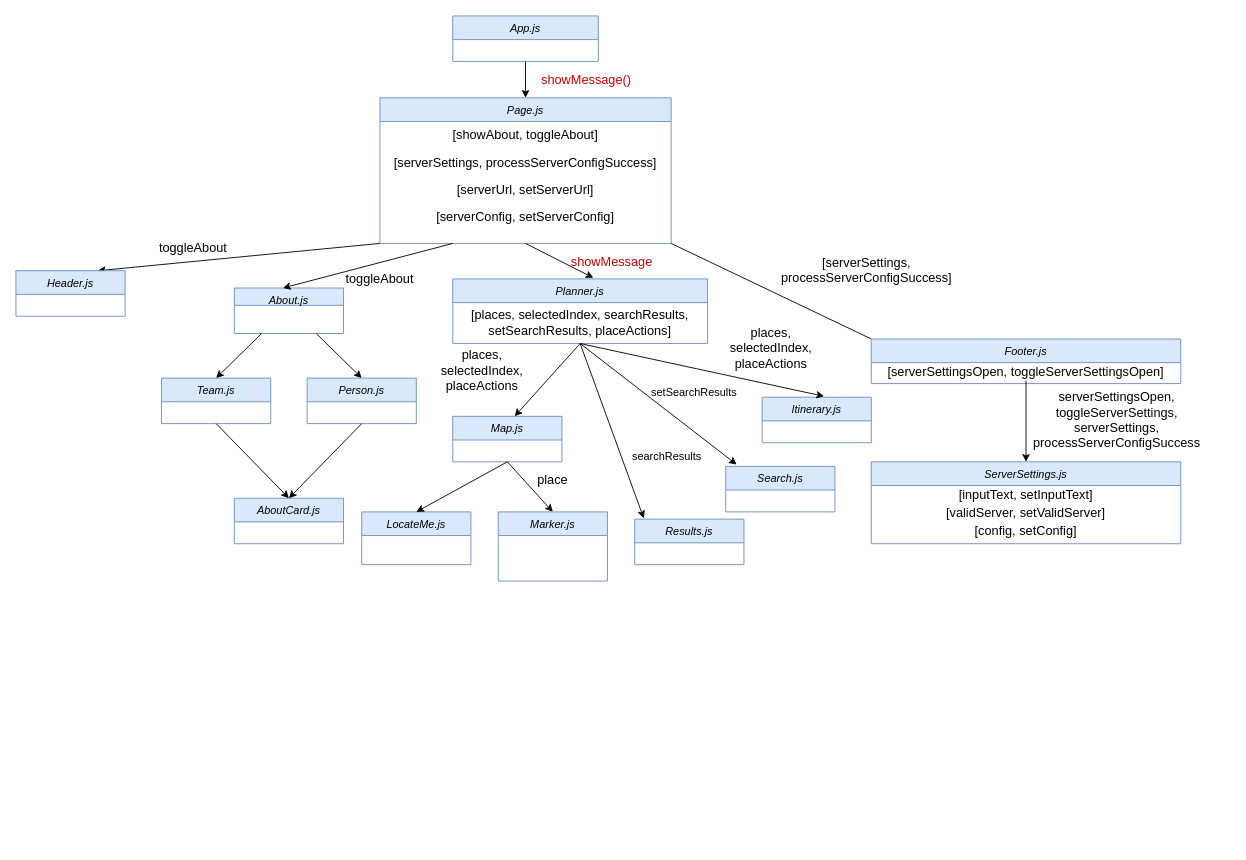
Above: reports/images/Components Diagram.drawio in IliyanID/t25_Boat_Smarts (draw.io), before the change. Source tidied: cells renumbered, new cells numbered last; positions are measured from the earlier drawing's top-left corner, leaving out a move shared by most shapes. Both pictures are drawn from the tidied source at 91%, with x=0, y=0 at pixel (15, 15).
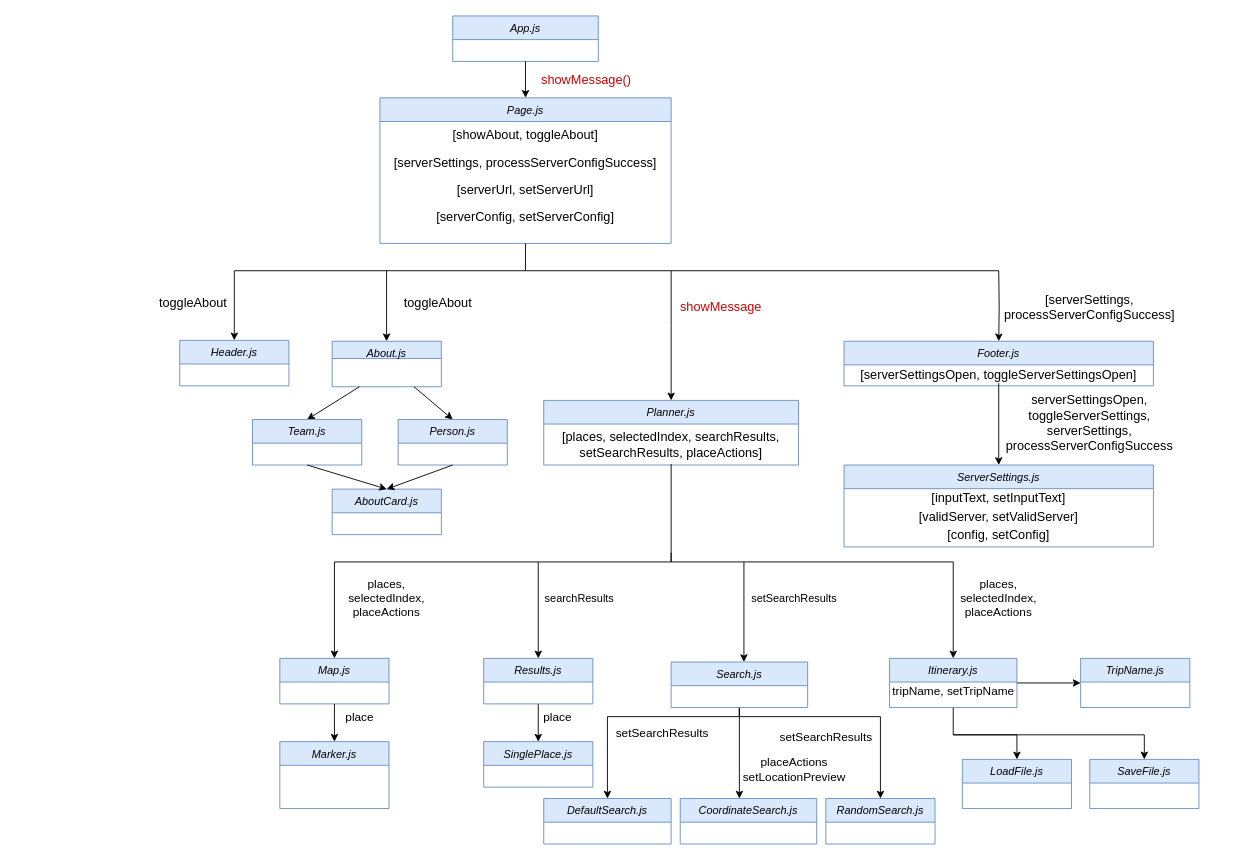
The same diagram, later.

Commit message (it also covers changes not shown here):
add new client component diagram

Unchanged cells that the change refers to:
```xml
<mxCell id="4" value="Page.js" style="swimlane;fontStyle=2;align=center;verticalAlign=top;horizontal=1;startSize=26;rounded=0;shadow=0;strokeWidth=1;fillColor=#dae8fc;strokeColor=#6c8ebf;" parent="1" vertex="1">
  <mxGeometry x="400" y="90" width="320" height="160" as="geometry" />
</mxCell>
<mxCell id="17" value="[places, selectedIndex, searchResults, setSearchResults, placeActions]" style="text;html=1;strokeColor=none;fillColor=none;align=center;verticalAlign=middle;whiteSpace=wrap;rounded=0;fontSize=14;" parent="16" vertex="1">
  <mxGeometry y="26" width="280" height="44" as="geometry" />
</mxCell>
```

Change to the diagram source:
```diff
@@
-    <mxCell id="10" style="endArrow=classic;html=1;fontSize=14;entryX=0.75;entryY=0;entryDx=0;entryDy=0;exitX=0;exitY=1;exitDx=0;exitDy=0;" parent="1" edge="1" source="4" target="11">
-      <mxGeometry relative="1" as="geometry" />
-    </mxCell>
     <mxCell id="11" value="Header.js" style="swimlane;fontStyle=2;align=center;verticalAlign=top;horizontal=1;startSize=26;rounded=0;shadow=0;strokeWidth=1;fillColor=#dae8fc;strokeColor=#6c8ebf;" parent="1" vertex="1">
-      <mxGeometry y="280" width="120" height="50" as="geometry" />
+      <mxGeometry x="180" y="356.5" width="120" height="50" as="geometry" />
     </mxCell>
     <mxCell id="12" value="toggleAbout" style="text;html=1;strokeColor=none;fillColor=none;align=center;verticalAlign=middle;whiteSpace=wrap;rounded=0;fontSize=14;rotation=0;" parent="1" vertex="1">
-      <mxGeometry x="140" y="240" width="110" height="30" as="geometry" />
+      <mxGeometry x="140" y="300" width="110" height="30" as="geometry" />
     </mxCell>
     <mxCell id="13" value="About.js" style="swimlane;fontStyle=2;align=center;verticalAlign=top;horizontal=1;startSize=19;rounded=0;shadow=0;strokeWidth=1;fillColor=#dae8fc;strokeColor=#6c8ebf;" parent="1" vertex="1">
-      <mxGeometry x="240" y="299" width="120" height="50" as="geometry" />
+      <mxGeometry x="347.5" y="357.5" width="120" height="50" as="geometry" />
     </mxCell>
-    <mxCell id="14" style="endArrow=classic;html=1;fontSize=14;entryX=0.445;entryY=0;entryDx=0;entryDy=0;entryPerimeter=0;exitX=0.25;exitY=1;exitDx=0;exitDy=0;" parent="1" edge="1" source="4" target="13">
-      <mxGeometry relative="1" as="geometry" />
-    </mxCell>
     <mxCell id="15" value="toggleAbout" style="text;html=1;strokeColor=none;fillColor=none;align=center;verticalAlign=middle;whiteSpace=wrap;rounded=0;fontSize=14;rotation=0;" parent="1" vertex="1">
-      <mxGeometry x="350" y="279" width="100" height="20" as="geometry" />
+      <mxGeometry x="414" y="305" width="100" height="20" as="geometry" />
     </mxCell>
     <mxCell id="16" value="Planner.js&#10;" style="swimlane;fontStyle=2;align=center;verticalAlign=top;horizontal=1;startSize=26;rounded=0;shadow=0;strokeWidth=1;fillColor=#dae8fc;strokeColor=#6c8ebf;" parent="1" vertex="1">
-      <mxGeometry x="480" y="289" width="280" height="71" as="geometry" />
+      <mxGeometry x="580" y="422.5" width="280" height="71" as="geometry" />
     </mxCell>
@@
-    <mxCell id="18" style="endArrow=classic;html=1;fontSize=14;exitX=0.5;exitY=1;exitDx=0;exitDy=0;entryX=0.552;entryY=-0.017;entryDx=0;entryDy=0;entryPerimeter=0;" parent="1" edge="1" source="4" target="16">
-      <mxGeometry relative="1" as="geometry" />
-    </mxCell>
     <mxCell id="19" value="&lt;span style=&quot;color: rgb(204 , 0 , 0)&quot;&gt;showMessage&lt;/span&gt;" style="text;html=1;strokeColor=none;fillColor=none;align=center;verticalAlign=middle;whiteSpace=wrap;rounded=0;fontSize=14;fontColor=#FF0000;" parent="1" vertex="1">
-      <mxGeometry x="600" y="260" width="110" height="20" as="geometry" />
+      <mxGeometry x="720" y="310" width="110" height="20" as="geometry" />
     </mxCell>
-    <mxCell id="20" style="endArrow=none;html=1;fontSize=14;fontColor=#FF0000;entryX=1;entryY=1;entryDx=0;entryDy=0;exitX=0;exitY=0;exitDx=0;exitDy=0;" parent="1" edge="1" source="21" target="4">
-      <mxGeometry relative="1" as="geometry" />
-    </mxCell>
     <mxCell id="21" value="Footer.js" style="swimlane;fontStyle=2;align=center;verticalAlign=top;horizontal=1;startSize=26;rounded=0;shadow=0;strokeWidth=1;fillColor=#dae8fc;strokeColor=#6c8ebf;" parent="1" vertex="1">
-      <mxGeometry x="940" y="355" width="340" height="49" as="geometry" />
+      <mxGeometry x="910" y="357.5" width="340" height="49" as="geometry" />
     </mxCell>
@@
     <mxCell id="23" value="[serverSettings, &lt;br&gt;processServerConfigSuccess]" style="text;html=1;strokeColor=none;fillColor=none;align=center;verticalAlign=middle;whiteSpace=wrap;rounded=0;fontSize=14;fontColor=#000000;rotation=0;" parent="1" vertex="1">
-      <mxGeometry x="780" y="269" width="310" height="20" as="geometry" />
+      <mxGeometry x="1025" y="310" width="310" height="20" as="geometry" />
     </mxCell>
-    <mxCell id="24" style="endArrow=classic;html=1;fontColor=#CC0000;entryX=0.567;entryY=0;entryDx=0;entryDy=0;entryPerimeter=0;exitX=0.5;exitY=1;exitDx=0;exitDy=0;" parent="1" edge="1" source="16" target="25">
-      <mxGeometry relative="1" as="geometry" />
-    </mxCell>
     <mxCell id="25" value="Map.js" style="swimlane;fontStyle=2;align=center;verticalAlign=top;horizontal=1;startSize=26;rounded=0;shadow=0;strokeWidth=1;fillColor=#dae8fc;strokeColor=#6c8ebf;" parent="1" vertex="1">
-      <mxGeometry x="480" y="440" width="120" height="50" as="geometry" />
+      <mxGeometry x="290" y="706" width="120" height="50" as="geometry" />
     </mxCell>
-    <mxCell id="26" style="endArrow=classic;html=1;fontColor=#CC0000;entryX=0.5;entryY=0;entryDx=0;entryDy=0;exitX=0.5;exitY=1;exitDx=0;exitDy=0;" parent="1" edge="1" source="25" target="27">
-      <mxGeometry relative="1" as="geometry" />
-    </mxCell>
     <mxCell id="27" value="Marker.js" style="swimlane;fontStyle=2;align=center;verticalAlign=top;horizontal=1;startSize=26;rounded=0;shadow=0;strokeWidth=1;fillColor=#dae8fc;strokeColor=#6c8ebf;" parent="1" vertex="1">
-      <mxGeometry x="530" y="545" width="120" height="76" as="geometry" />
+      <mxGeometry x="290" y="797.5" width="120" height="73.5" as="geometry" />
     </mxCell>
+    <mxCell id="54" style="edgeStyle=orthogonalEdgeStyle;rounded=0;jettySize=auto;html=1;fontSize=13;entryX=0.5;entryY=0;entryDx=0;entryDy=0;" parent="1" edge="1" target="79">
+      <mxGeometry relative="1" as="geometry">
+        <mxPoint x="1030" y="790" as="sourcePoint" />
+        <Array as="points">
+          <mxPoint x="1100" y="790" />
+        </Array>
+      </mxGeometry>
+    </mxCell>
+    <mxCell id="55" style="edgeStyle=orthogonalEdgeStyle;rounded=0;jettySize=auto;html=1;fontSize=13;" parent="1" edge="1" source="28" target="80">
+      <mxGeometry relative="1" as="geometry">
+        <Array as="points">
+          <mxPoint x="1030" y="790" />
+          <mxPoint x="1240" y="790" />
+        </Array>
+      </mxGeometry>
+    </mxCell>
+    <mxCell id="56" style="edgeStyle=orthogonalEdgeStyle;rounded=0;jettySize=auto;html=1;fontSize=13;" parent="1" edge="1" source="28" target="81">
+      <mxGeometry relative="1" as="geometry" />
+    </mxCell>
     <mxCell id="28" value="Itinerary.js" style="swimlane;fontStyle=2;align=center;verticalAlign=top;horizontal=1;startSize=26;rounded=0;shadow=0;strokeWidth=1;fillColor=#dae8fc;strokeColor=#6c8ebf;" parent="1" vertex="1">
-      <mxGeometry x="820" y="419" width="120" height="50" as="geometry" />
+      <mxGeometry x="960" y="706" width="140" height="54" as="geometry" />
     </mxCell>
+    <mxCell id="57" value="tripName, setTripName" style="text;html=1;align=center;verticalAlign=middle;strokeColor=none;fillColor=none;fontSize=13;" parent="28" vertex="1">
+      <mxGeometry y="26" width="140" height="20" as="geometry" />
+    </mxCell>
     <mxCell id="29" value="ServerSettings.js&#10;" style="swimlane;fontStyle=2;align=center;verticalAlign=top;horizontal=1;startSize=26;rounded=0;shadow=0;strokeWidth=1;fillColor=#dae8fc;strokeColor=#6c8ebf;" parent="1" vertex="1">
-      <mxGeometry x="940" y="490" width="340" height="90" as="geometry" />
+      <mxGeometry x="910" y="493.5" width="340" height="90" as="geometry" />
     </mxCell>
@@
-    <mxCell id="33" style="endArrow=classic;html=1;fontColor=#CC0000;entryX=0.567;entryY=-0.02;entryDx=0;entryDy=0;entryPerimeter=0;exitX=0.5;exitY=1;exitDx=0;exitDy=0;" parent="1" edge="1" source="16" target="28">
-      <mxGeometry relative="1" as="geometry" />
-    </mxCell>
@@
-    <mxCell id="35" value="places, &lt;br&gt;selectedIndex, placeActions" style="text;html=1;strokeColor=none;fillColor=none;align=center;verticalAlign=middle;whiteSpace=wrap;rounded=0;rotation=0;fontSize=14;" parent="1" vertex="1">
-      <mxGeometry x="440" y="380" width="145" height="20" as="geometry" />
+    <mxCell id="35" value="places, &lt;br style=&quot;font-size: 13px;&quot;&gt;selectedIndex, placeActions" style="text;html=1;strokeColor=none;fillColor=none;align=center;verticalAlign=middle;whiteSpace=wrap;rounded=0;rotation=0;fontSize=13;" parent="1" vertex="1">
+      <mxGeometry x="335" y="630" width="145" height="20" as="geometry" />
     </mxCell>
-    <mxCell id="36" value="places, selectedIndex, placeActions" style="text;html=1;strokeColor=none;fillColor=none;align=center;verticalAlign=middle;whiteSpace=wrap;rounded=0;fontSize=14;" parent="1" vertex="1">
-      <mxGeometry x="800" y="355" width="60" height="20" as="geometry" />
+    <mxCell id="36" value="places, selectedIndex, placeActions" style="text;html=1;strokeColor=none;fillColor=none;align=center;verticalAlign=middle;whiteSpace=wrap;rounded=0;fontSize=13;" parent="1" vertex="1">
+      <mxGeometry x="1050" y="630" width="60" height="20" as="geometry" />
     </mxCell>
     <mxCell id="37" value="serverSettingsOpen, toggleServerSettings, serverSettings, processServerConfigSuccess" style="text;html=1;strokeColor=none;fillColor=none;align=center;verticalAlign=middle;whiteSpace=wrap;rounded=0;fontSize=14;fontColor=#000000;" parent="1" vertex="1">
-      <mxGeometry x="1110" y="404" width="200" height="80" as="geometry" />
+      <mxGeometry x="1080" y="406.5" width="200" height="80" as="geometry" />
     </mxCell>
@@
     <mxCell id="40" value="Team.js" style="swimlane;fontStyle=2;align=center;verticalAlign=top;horizontal=1;startSize=26;rounded=0;shadow=0;strokeWidth=1;fillColor=#dae8fc;strokeColor=#6c8ebf;" parent="1" vertex="1">
-      <mxGeometry x="160" y="398" width="120" height="50" as="geometry" />
+      <mxGeometry x="260" y="443.5" width="120" height="50" as="geometry" />
     </mxCell>
     <mxCell id="41" value="Person.js&#10;" style="swimlane;fontStyle=2;align=center;verticalAlign=top;horizontal=1;startSize=26;rounded=0;shadow=0;strokeWidth=1;fillColor=#dae8fc;strokeColor=#6c8ebf;" parent="1" vertex="1">
-      <mxGeometry x="320" y="398" width="120" height="50" as="geometry" />
+      <mxGeometry x="420" y="443.5" width="120" height="50" as="geometry" />
     </mxCell>
     <mxCell id="42" value="AboutCard.js&#10;" style="swimlane;fontStyle=2;align=center;verticalAlign=top;horizontal=1;startSize=26;rounded=0;shadow=0;strokeWidth=1;fillColor=#dae8fc;strokeColor=#6c8ebf;" parent="1" vertex="1">
-      <mxGeometry x="240" y="530" width="120" height="50" as="geometry" />
+      <mxGeometry x="347.5" y="520" width="120" height="50" as="geometry" />
     </mxCell>
@@
-    <mxCell id="45" value="place" style="text;html=1;strokeColor=none;fillColor=none;align=center;verticalAlign=middle;whiteSpace=wrap;rounded=0;fontSize=14;" parent="1" vertex="1">
-      <mxGeometry x="560" y="500" width="60" height="20" as="geometry" />
+    <mxCell id="45" value="place" style="text;html=1;strokeColor=none;fillColor=none;align=center;verticalAlign=middle;whiteSpace=wrap;rounded=0;fontSize=13;" parent="1" vertex="1">
+      <mxGeometry x="347.5" y="760" width="60" height="20" as="geometry" />
     </mxCell>
-    <mxCell id="46" value="LocateMe.js" style="swimlane;fontStyle=2;align=center;verticalAlign=top;horizontal=1;startSize=26;rounded=0;shadow=0;strokeWidth=1;fillColor=#dae8fc;strokeColor=#6c8ebf;" parent="1" vertex="1">
-      <mxGeometry x="380" y="545" width="120" height="58" as="geometry" />
-    </mxCell>
-    <mxCell id="47" style="endArrow=classic;html=1;entryX=0.5;entryY=0;entryDx=0;entryDy=0;" parent="1" edge="1" target="46">
-      <mxGeometry relative="1" as="geometry">
-        <mxPoint x="540" y="490" as="sourcePoint" />
-      </mxGeometry>
-    </mxCell>
-    <mxCell id="48" style="endArrow=classic;html=1;entryX=0.1;entryY=-0.04;entryDx=0;entryDy=0;entryPerimeter=0;" parent="1" edge="1" target="49">
-      <mxGeometry relative="1" as="geometry">
-        <mxPoint x="620" y="360" as="sourcePoint" />
-      </mxGeometry>
-    </mxCell>
+    <mxCell id="58" style="edgeStyle=orthogonalEdgeStyle;rounded=0;jettySize=auto;html=1;fontSize=13;entryX=0.5;entryY=0;entryDx=0;entryDy=0;" parent="1" edge="1" source="49" target="72">
+      <mxGeometry relative="1" as="geometry">
+        <Array as="points">
+          <mxPoint x="795" y="770" />
+          <mxPoint x="650" y="770" />
+        </Array>
+      </mxGeometry>
+    </mxCell>
+    <mxCell id="59" style="edgeStyle=orthogonalEdgeStyle;rounded=0;jettySize=auto;html=1;fontSize=13;" parent="1" edge="1" source="49" target="74">
+      <mxGeometry relative="1" as="geometry">
+        <Array as="points">
+          <mxPoint x="795" y="770" />
+          <mxPoint x="950" y="770" />
+        </Array>
+      </mxGeometry>
+    </mxCell>
+    <mxCell id="60" style="edgeStyle=orthogonalEdgeStyle;rounded=0;jettySize=auto;html=1;fontSize=13;" parent="1" edge="1" source="49">
+      <mxGeometry relative="1" as="geometry">
+        <mxPoint x="795" y="860" as="targetPoint" />
+        <Array as="points">
+          <mxPoint x="795" y="860" />
+        </Array>
+      </mxGeometry>
+    </mxCell>
     <mxCell id="49" value="Search.js" style="swimlane;fontStyle=2;align=center;verticalAlign=top;horizontal=1;startSize=26;rounded=0;shadow=0;strokeWidth=1;fillColor=#dae8fc;strokeColor=#6c8ebf;" parent="1" vertex="1">
-      <mxGeometry x="780" y="495" width="120" height="50" as="geometry" />
+      <mxGeometry x="720" y="710" width="150" height="50" as="geometry" />
     </mxCell>
-    <mxCell id="50" style="endArrow=classic;html=1;entryX=0.083;entryY=-0.02;entryDx=0;entryDy=0;entryPerimeter=0;" parent="1" edge="1" target="51">
-      <mxGeometry relative="1" as="geometry">
-        <mxPoint x="620" y="360" as="sourcePoint" />
-      </mxGeometry>
-    </mxCell>
+    <mxCell id="61" style="edgeStyle=orthogonalEdgeStyle;rounded=0;jettySize=auto;html=1;fontSize=13;" parent="1" edge="1" source="51" target="71">
+      <mxGeometry relative="1" as="geometry" />
+    </mxCell>
     <mxCell id="51" value="Results.js" style="swimlane;fontStyle=2;align=center;verticalAlign=top;horizontal=1;startSize=26;rounded=0;shadow=0;strokeWidth=1;fillColor=#dae8fc;strokeColor=#6c8ebf;" parent="1" vertex="1">
-      <mxGeometry x="680" y="553" width="120" height="50" as="geometry" />
+      <mxGeometry x="514" y="706" width="120" height="50" as="geometry" />
     </mxCell>
     <mxCell id="52" value="setSearchResults" style="text;html=1;align=center;verticalAlign=middle;strokeColor=none;fillColor=none;" parent="1" vertex="1">
-      <mxGeometry x="690" y="404" width="110" height="20" as="geometry" />
+      <mxGeometry x="800" y="630" width="110" height="20" as="geometry" />
     </mxCell>
     <mxCell id="53" value="searchResults" style="text;html=1;align=center;verticalAlign=middle;strokeColor=none;fillColor=none;" parent="1" vertex="1">
-      <mxGeometry x="670" y="475" width="90" height="20" as="geometry" />
+      <mxGeometry x="574" y="630" width="90" height="20" as="geometry" />
     </mxCell>
+    <mxCell id="62" style="endArrow=none;html=1;rounded=0;edgeStyle=orthogonalEdgeStyle;entryX=0.5;entryY=1;entryDx=0;entryDy=0;" parent="1" edge="1" target="4">
+      <mxGeometry relative="1" as="geometry">
+        <mxPoint x="1080" y="280" as="sourcePoint" />
+        <Array as="points">
+          <mxPoint x="1080" y="280" />
+          <mxPoint x="560" y="280" />
+        </Array>
+      </mxGeometry>
+    </mxCell>
+    <mxCell id="63" style="endArrow=classic;html=1;rounded=0;edgeStyle=orthogonalEdgeStyle;entryX=0.5;entryY=0;entryDx=0;entryDy=0;" parent="1" edge="1" target="21">
+      <mxGeometry relative="1" as="geometry">
+        <mxPoint x="1080" y="280" as="sourcePoint" />
+      </mxGeometry>
+    </mxCell>
+    <mxCell id="64" style="endArrow=classic;html=1;rounded=0;edgeStyle=orthogonalEdgeStyle;entryX=0.5;entryY=0;entryDx=0;entryDy=0;" parent="1" edge="1" target="16">
+      <mxGeometry relative="1" as="geometry">
+        <mxPoint x="720" y="280" as="sourcePoint" />
+        <Array as="points">
+          <mxPoint x="720" y="340" />
+          <mxPoint x="720" y="340" />
+        </Array>
+      </mxGeometry>
+    </mxCell>
+    <mxCell id="65" style="edgeStyle=orthogonalEdgeStyle;rounded=0;jettySize=auto;html=1;entryX=0.5;entryY=0;entryDx=0;entryDy=0;fontSize=13;exitX=0.5;exitY=1;exitDx=0;exitDy=0;" parent="1" edge="1" source="17" target="25">
+      <mxGeometry relative="1" as="geometry">
+        <Array as="points">
+          <mxPoint x="720" y="600" />
+          <mxPoint x="350" y="600" />
+        </Array>
+      </mxGeometry>
+    </mxCell>
+    <mxCell id="66" style="endArrow=classic;html=1;rounded=0;fontSize=13;edgeStyle=orthogonalEdgeStyle;entryX=0.5;entryY=0;entryDx=0;entryDy=0;" parent="1" edge="1" target="11">
+      <mxGeometry relative="1" as="geometry">
+        <mxPoint x="560" y="280" as="sourcePoint" />
+        <Array as="points">
+          <mxPoint x="240" y="280" />
+        </Array>
+      </mxGeometry>
+    </mxCell>
+    <mxCell id="67" style="endArrow=classic;html=1;rounded=0;fontSize=13;edgeStyle=orthogonalEdgeStyle;" parent="1" edge="1">
+      <mxGeometry relative="1" as="geometry">
+        <mxPoint x="407.3" y="279.5" as="sourcePoint" />
+        <mxPoint x="407.3" y="357.5" as="targetPoint" />
+        <Array as="points">
+          <mxPoint x="407.3" y="357.5" />
+        </Array>
+      </mxGeometry>
+    </mxCell>
+    <mxCell id="68" style="endArrow=classic;html=1;rounded=0;fontSize=13;edgeStyle=orthogonalEdgeStyle;entryX=0.5;entryY=0;entryDx=0;entryDy=0;" parent="1" edge="1" target="51">
+      <mxGeometry relative="1" as="geometry">
+        <mxPoint x="574" y="600" as="sourcePoint" />
+        <Array as="points">
+          <mxPoint x="574" y="610" />
+        </Array>
+      </mxGeometry>
+    </mxCell>
+    <mxCell id="69" style="endArrow=classic;html=1;rounded=0;fontSize=13;edgeStyle=orthogonalEdgeStyle;" parent="1" edge="1">
+      <mxGeometry relative="1" as="geometry">
+        <mxPoint x="720" y="590" as="sourcePoint" />
+        <mxPoint x="800" y="710" as="targetPoint" />
+        <Array as="points">
+          <mxPoint x="720" y="600" />
+          <mxPoint x="800" y="600" />
+          <mxPoint x="800" y="710" />
+        </Array>
+      </mxGeometry>
+    </mxCell>
+    <mxCell id="70" style="endArrow=classic;html=1;rounded=0;fontSize=13;edgeStyle=orthogonalEdgeStyle;entryX=0.5;entryY=0;entryDx=0;entryDy=0;" parent="1" edge="1" target="28">
+      <mxGeometry relative="1" as="geometry">
+        <mxPoint x="800" y="600" as="sourcePoint" />
+        <Array as="points">
+          <mxPoint x="1030" y="600" />
+        </Array>
+      </mxGeometry>
+    </mxCell>
+    <mxCell id="26" style="endArrow=classic;html=1;rounded=0;fontSize=13;edgeStyle=orthogonalEdgeStyle;entryX=0.5;entryY=0;entryDx=0;entryDy=0;exitX=0.5;exitY=1;exitDx=0;exitDy=0;" parent="1" edge="1" source="25" target="27">
+      <mxGeometry relative="1" as="geometry" />
+    </mxCell>
+    <mxCell id="71" value="SinglePlace.js" style="swimlane;fontStyle=2;align=center;verticalAlign=top;horizontal=1;startSize=26;rounded=0;shadow=0;strokeWidth=1;fillColor=#dae8fc;strokeColor=#6c8ebf;" parent="1" vertex="1">
+      <mxGeometry x="514" y="797.5" width="120" height="50" as="geometry" />
+    </mxCell>
+    <mxCell id="72" value="DefaultSearch.js" style="swimlane;fontStyle=2;align=center;verticalAlign=top;horizontal=1;startSize=26;rounded=0;shadow=0;strokeWidth=1;fillColor=#dae8fc;strokeColor=#6c8ebf;" parent="1" vertex="1">
+      <mxGeometry x="580" y="860" width="140" height="50" as="geometry" />
+    </mxCell>
+    <mxCell id="73" value="place" style="text;html=1;align=center;verticalAlign=middle;strokeColor=none;fillColor=none;fontSize=13;" parent="1" vertex="1">
+      <mxGeometry x="570" y="760" width="50" height="20" as="geometry" />
+    </mxCell>
+    <mxCell id="74" value="RandomSearch.js" style="swimlane;fontStyle=2;align=center;verticalAlign=top;horizontal=1;startSize=26;rounded=0;shadow=0;strokeWidth=1;fillColor=#dae8fc;strokeColor=#6c8ebf;" parent="1" vertex="1">
+      <mxGeometry x="890" y="860" width="120" height="50" as="geometry" />
+    </mxCell>
+    <mxCell id="75" value="CoordinateSearch.js" style="swimlane;fontStyle=2;align=center;verticalAlign=top;horizontal=1;startSize=26;rounded=0;shadow=0;strokeWidth=1;fillColor=#dae8fc;strokeColor=#6c8ebf;" parent="1" vertex="1">
+      <mxGeometry x="730" y="860" width="150" height="50" as="geometry" />
+    </mxCell>
+    <mxCell id="76" value="setSearchResults" style="text;html=1;align=center;verticalAlign=middle;strokeColor=none;fillColor=none;fontSize=13;" parent="1" vertex="1">
+      <mxGeometry x="830" y="782" width="120" height="20" as="geometry" />
+    </mxCell>
+    <mxCell id="77" value="setSearchResults" style="text;html=1;align=center;verticalAlign=middle;strokeColor=none;fillColor=none;fontSize=13;" parent="1" vertex="1">
+      <mxGeometry x="650" y="777.5" width="120" height="20" as="geometry" />
+    </mxCell>
+    <mxCell id="78" value="placeActions&lt;br&gt;setLocationPreview" style="text;html=1;align=center;verticalAlign=middle;strokeColor=none;fillColor=none;fontSize=13;" parent="1" vertex="1">
+      <mxGeometry x="790" y="807.5" width="130" height="40" as="geometry" />
+    </mxCell>
+    <mxCell id="79" value="LoadFile.js" style="swimlane;fontStyle=2;align=center;verticalAlign=top;horizontal=1;startSize=26;rounded=0;shadow=0;strokeWidth=1;fillColor=#dae8fc;strokeColor=#6c8ebf;" parent="1" vertex="1">
+      <mxGeometry x="1040" y="817" width="120" height="54" as="geometry" />
+    </mxCell>
+    <mxCell id="80" value="SaveFile.js" style="swimlane;fontStyle=2;align=center;verticalAlign=top;horizontal=1;startSize=26;rounded=0;shadow=0;strokeWidth=1;fillColor=#dae8fc;strokeColor=#6c8ebf;" parent="1" vertex="1">
+      <mxGeometry x="1180" y="817" width="120" height="54" as="geometry" />
+    </mxCell>
+    <mxCell id="81" value="TripName.js" style="swimlane;fontStyle=2;align=center;verticalAlign=top;horizontal=1;startSize=26;rounded=0;shadow=0;strokeWidth=1;fillColor=#dae8fc;strokeColor=#6c8ebf;" parent="1" vertex="1">
+      <mxGeometry x="1170" y="706" width="120" height="54" as="geometry" />
+    </mxCell>
```
